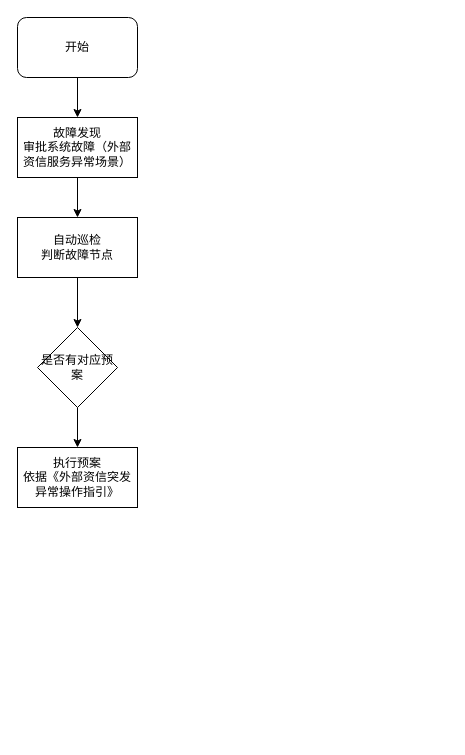
Before: 审批预案和演练管理案例分析.drawio in dclarken/draw.io, a draw.io diagram. Source tidied: cells renumbered, new cells numbered last; positions are measured from the earlier drawing's top-left corner, leaving out a move shared by most shapes. Both pictures are drawn from the tidied source at 100%, with x=0, y=0 at pixel (17, 17).
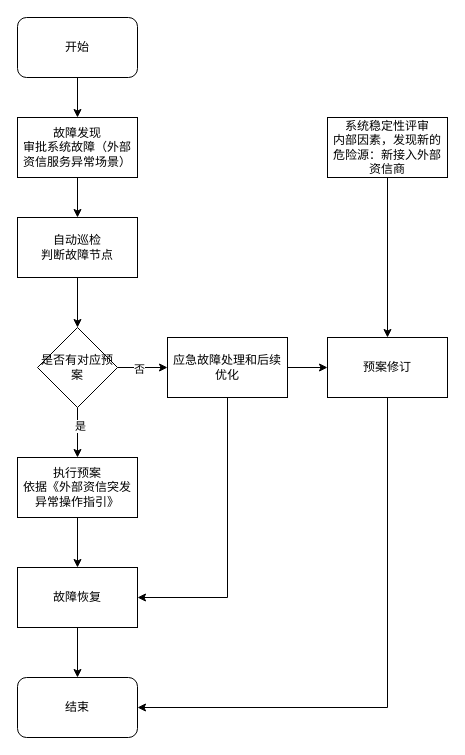
The same page after the edit.

Commit message:
Update 审批预案和演练管理案例分析.drawio

The change refers to these unchanged cells:
```xml
<mxCell id="5" value="故障发现&lt;br&gt;审批系统故障（外部资信服务异常场景）" style="rounded=0;whiteSpace=wrap;html=1;" parent="1" vertex="1">
  <mxGeometry y="100" width="120" height="60" as="geometry" />
</mxCell>
<mxCell id="9" style="edgeStyle=orthogonalEdgeStyle;rounded=0;jettySize=auto;html=1;" parent="1" edge="1" source="10" target="8">
  <mxGeometry relative="1" as="geometry" />
</mxCell>
<mxCell id="10" value="是否有对应预案" style="rhombus;whiteSpace=wrap;html=1;rounded=0;" parent="1" vertex="1">
  <mxGeometry x="20" y="310" width="80" height="80" as="geometry" />
</mxCell>
```

Change to the diagram source:
```diff
@@
-    <mxCell id="2" style="edgeStyle=orthogonalEdgeStyle;rounded=0;jettySize=auto;html=1;entryX=0.5;entryY=0;entryDx=0;entryDy=0;" parent="1" edge="1" source="3" target="5">
-      <mxGeometry relative="1" as="geometry" />
-    </mxCell>
-    <mxCell id="3" value="开始" style="rounded=1;whiteSpace=wrap;html=1;" parent="1" vertex="1">
-      <mxGeometry width="120" height="60" as="geometry" />
-    </mxCell>
@@
+    <mxCell id="11" style="edgeStyle=orthogonalEdgeStyle;rounded=0;jettySize=auto;html=1;" parent="1" edge="1" source="8" target="21">
+      <mxGeometry relative="1" as="geometry" />
+    </mxCell>
     <mxCell id="8" value="执行预案&lt;br&gt;依据《外部资信突发异常操作指引》" style="rounded=0;whiteSpace=wrap;html=1;" parent="1" vertex="1">
-      <mxGeometry y="430" width="120" height="60" as="geometry" />
+      <mxGeometry y="440" width="120" height="60" as="geometry" />
     </mxCell>
@@
+    <mxCell id="12" value="是" style="edgeLabel;html=1;align=center;verticalAlign=middle;" parent="9" vertex="1">
+      <mxGeometry x="-0.27" y="2" relative="1" as="geometry" />
+    </mxCell>
+    <mxCell id="13" style="edgeStyle=orthogonalEdgeStyle;rounded=0;jettySize=auto;html=1;" parent="1" edge="1" source="10" target="17">
+      <mxGeometry relative="1" as="geometry" />
+    </mxCell>
+    <mxCell id="14" value="否" style="edgeLabel;html=1;align=center;verticalAlign=middle;" parent="13" vertex="1">
+      <mxGeometry x="-0.15" y="-1" relative="1" as="geometry" />
+    </mxCell>
@@
+    <mxCell id="15" style="edgeStyle=orthogonalEdgeStyle;rounded=0;jettySize=auto;html=1;exitX=0.5;exitY=1;exitDx=0;exitDy=0;entryX=1;entryY=0.5;entryDx=0;entryDy=0;" parent="1" edge="1" source="17" target="21">
+      <mxGeometry relative="1" as="geometry" />
+    </mxCell>
+    <mxCell id="16" style="edgeStyle=orthogonalEdgeStyle;rounded=0;jettySize=auto;html=1;" parent="1" edge="1" source="17" target="24">
+      <mxGeometry relative="1" as="geometry" />
+    </mxCell>
+    <mxCell id="17" value="应急故障处理和后续优化" style="whiteSpace=wrap;html=1;rounded=0;" parent="1" vertex="1">
+      <mxGeometry x="150" y="320" width="120" height="60" as="geometry" />
+    </mxCell>
+    <mxCell id="18" style="edgeStyle=orthogonalEdgeStyle;rounded=0;jettySize=auto;html=1;exitX=0.5;exitY=1;exitDx=0;exitDy=0;entryX=0.5;entryY=0;entryDx=0;entryDy=0;" parent="1" edge="1" source="19" target="24">
+      <mxGeometry relative="1" as="geometry" />
+    </mxCell>
+    <mxCell id="19" value="系统稳定性评审&lt;br&gt;内部因素，发现新的危险源：新接入外部资信商" style="rounded=0;whiteSpace=wrap;html=1;" parent="1" vertex="1">
+      <mxGeometry x="310" y="100" width="120" height="60" as="geometry" />
+    </mxCell>
+    <mxCell id="2" style="edgeStyle=orthogonalEdgeStyle;rounded=0;jettySize=auto;html=1;" parent="1" edge="1" source="3" target="5">
+      <mxGeometry relative="1" as="geometry" />
+    </mxCell>
+    <mxCell id="3" value="开始" style="rounded=1;whiteSpace=wrap;html=1;" parent="1" vertex="1">
+      <mxGeometry width="120" height="60" as="geometry" />
+    </mxCell>
+    <mxCell id="20" style="edgeStyle=orthogonalEdgeStyle;rounded=0;jettySize=auto;html=1;" parent="1" edge="1" source="21" target="22">
+      <mxGeometry relative="1" as="geometry" />
+    </mxCell>
+    <mxCell id="21" value="故障恢复" style="whiteSpace=wrap;html=1;rounded=0;" parent="1" vertex="1">
+      <mxGeometry y="550" width="120" height="60" as="geometry" />
+    </mxCell>
+    <mxCell id="22" value="结束" style="rounded=1;whiteSpace=wrap;html=1;" parent="1" vertex="1">
+      <mxGeometry y="660" width="120" height="60" as="geometry" />
+    </mxCell>
+    <mxCell id="23" style="edgeStyle=orthogonalEdgeStyle;rounded=0;jettySize=auto;html=1;exitX=0.5;exitY=1;exitDx=0;exitDy=0;entryX=1;entryY=0.5;entryDx=0;entryDy=0;" parent="1" edge="1" source="24" target="22">
+      <mxGeometry relative="1" as="geometry" />
+    </mxCell>
+    <mxCell id="24" value="预案修订" style="whiteSpace=wrap;html=1;rounded=0;" parent="1" vertex="1">
+      <mxGeometry x="310" y="320" width="120" height="60" as="geometry" />
+    </mxCell>
```
